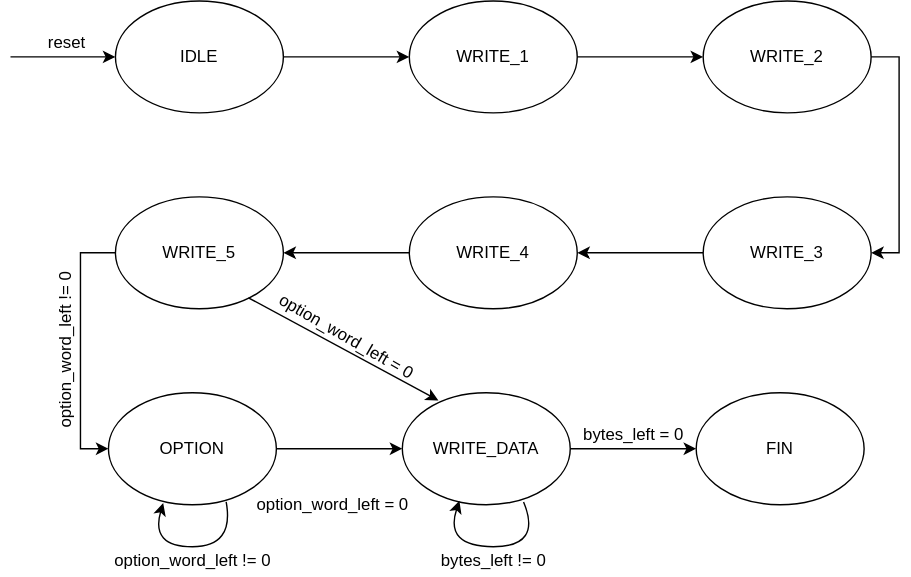
Before: Documentation/TCP_encoder_sd.svg, a diagram exported from draw.io (ntpt7921/Verilog_UDP_TCP). Source tidied: cells renumbered, new cells last; positions are measured from the earlier drawing's top-left corner, leaving out a move shared by most shapes.
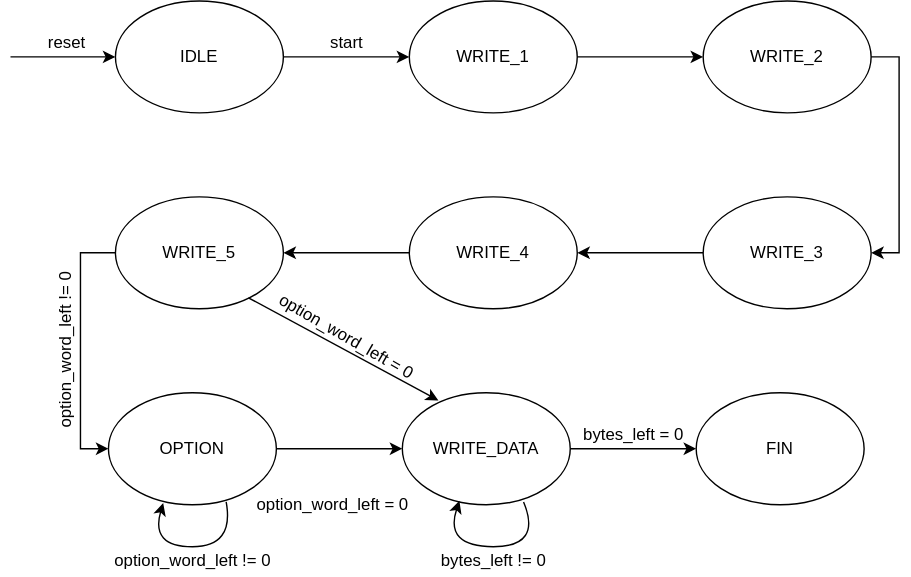
After the change.

Commit message:
Cập nhật lại state diagram cho UDP và TCP

The edit, as a diff of the source:
```diff
@@ -103,5 +103,8 @@
     <mxCell id="29" value="&lt;div&gt;bytes_left = 0&lt;/div&gt;" style="text;html=1;align=center;verticalAlign=middle;strokeColor=none;fillColor=none;" parent="1" vertex="1">
       <mxGeometry x="425" y="300" width="90" height="20" as="geometry" />
     </mxCell>
+    <mxCell id="30" value="start" style="text;html=1;align=center;verticalAlign=middle;strokeColor=none;fillColor=none;" parent="1" vertex="1">
+      <mxGeometry x="245" y="20" width="40" height="20" as="geometry" />
+    </mxCell>
   </root>
 </mxGraphModel>
```
